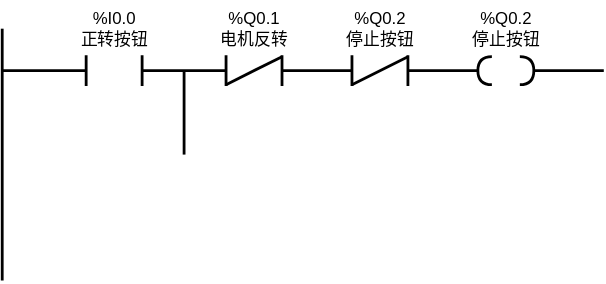
The draw.io diagram drawio/ZhengFanZhuan.svg in Stolorzs/Picgo, before a commit. Source tidied: cells renumbered, new cells last; positions are measured from the earlier drawing's top-left corner, leaving out a move shared by most shapes.
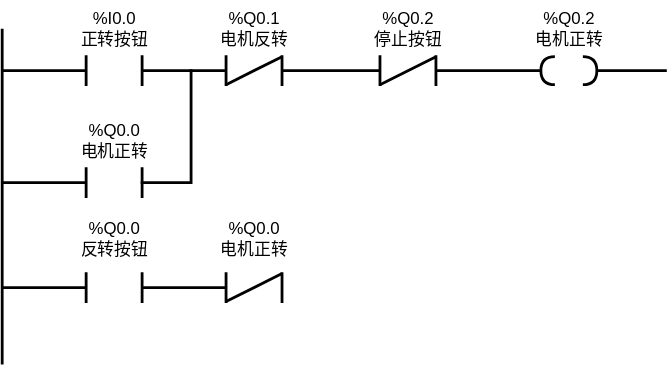
Later version of the same file.

Diff of the diagram source:
```diff
@@ -29,19 +29,16 @@
       <mxGeometry x="145" width="70" height="40" as="geometry" />
     </mxCell>
     <mxCell id="10" style="line;strokeWidth=2;html=1;" parent="1" vertex="1">
-      <mxGeometry x="200" y="45" width="50" height="10" as="geometry" />
+      <mxGeometry x="200" y="45" width="70" height="10" as="geometry" />
     </mxCell>
-    <mxCell id="11" style="line;strokeWidth=2;direction=south;html=1;" parent="1" vertex="1">
-      <mxGeometry x="125" y="50" width="10" height="60" as="geometry" />
-    </mxCell>
     <mxCell id="12" style="endArrow=none;html=1;rounded=0;strokeWidth=2;" parent="1" edge="1">
       <mxGeometry relative="1" as="geometry">
-        <mxPoint y="200" as="sourcePoint" />
+        <mxPoint y="260" as="sourcePoint" />
         <mxPoint y="20" as="targetPoint" />
       </mxGeometry>
     </mxCell>
     <mxCell id="13" style="group;" parent="1" vertex="1">
-      <mxGeometry x="250" y="40" width="40" height="20" as="geometry" />
+      <mxGeometry x="270" y="40" width="40" height="20" as="geometry" />
     </mxCell>
     <mxCell id="14" style="shape=partialRectangle;whiteSpace=wrap;html=1;bottom=0;top=0;fillColor=none;strokeWidth=2;" parent="13" vertex="1">
       <mxGeometry width="40" height="20" as="geometry" />
@@ -52,16 +49,16 @@
       </mxGeometry>
     </mxCell>
     <mxCell id="16" style="line;strokeWidth=2;html=1;" parent="1" vertex="1">
-      <mxGeometry x="290" y="45" width="50" height="10" as="geometry" />
+      <mxGeometry x="310" y="45" width="75" height="10" as="geometry" />
     </mxCell>
     <mxCell id="17" value="&lt;div&gt;%Q0.2&lt;/div&gt;停止按钮" style="text;html=1;align=center;verticalAlign=middle;strokeColor=none;fillColor=none;" parent="1" vertex="1">
-      <mxGeometry x="235" width="70" height="40" as="geometry" />
+      <mxGeometry x="255" width="70" height="40" as="geometry" />
     </mxCell>
-    <mxCell id="18" value="&lt;div&gt;%Q0.2&lt;/div&gt;停止按钮" style="text;html=1;align=center;verticalAlign=middle;strokeColor=none;fillColor=none;" parent="1" vertex="1">
-      <mxGeometry x="325" width="70" height="40" as="geometry" />
+    <mxCell id="18" value="&lt;div&gt;%Q0.2&lt;/div&gt;电机正转" style="text;html=1;align=center;verticalAlign=middle;strokeColor=none;fillColor=none;" parent="1" vertex="1">
+      <mxGeometry x="370" width="70" height="40" as="geometry" />
     </mxCell>
     <mxCell id="19" style="group;" parent="1" vertex="1">
-      <mxGeometry x="340" y="40" width="40" height="20" as="geometry" />
+      <mxGeometry x="385" y="40" width="40" height="20" as="geometry" />
     </mxCell>
     <mxCell id="20" style="shape=requiredInterface;html=1;verticalLabelPosition=bottom;sketch=0;strokeWidth=2;fillColor=none;" parent="19" vertex="1">
       <mxGeometry x="30" width="10" height="20" as="geometry" />
@@ -70,7 +67,45 @@
       <mxGeometry width="10" height="20" as="geometry" />
     </mxCell>
     <mxCell id="22" style="line;strokeWidth=2;html=1;" parent="1" vertex="1">
-      <mxGeometry x="380" y="45" width="50" height="10" as="geometry" />
+      <mxGeometry x="425" y="45" width="50" height="10" as="geometry" />
     </mxCell>
+    <mxCell id="23" style="line;strokeWidth=2;html=1;" parent="1" vertex="1">
+      <mxGeometry y="125" width="60" height="10" as="geometry" />
+    </mxCell>
+    <mxCell id="24" style="shape=partialRectangle;whiteSpace=wrap;html=1;bottom=0;top=0;fillColor=none;strokeWidth=2;" parent="1" vertex="1">
+      <mxGeometry x="60" y="120" width="40" height="20" as="geometry" />
+    </mxCell>
+    <mxCell id="25" value="&lt;div&gt;%Q0.0&lt;/div&gt;电机正转" style="text;html=1;align=center;verticalAlign=middle;strokeColor=none;fillColor=none;" parent="1" vertex="1">
+      <mxGeometry x="45" y="80" width="70" height="40" as="geometry" />
+    </mxCell>
+    <mxCell id="26" style="shape=partialRectangle;whiteSpace=wrap;html=1;top=0;left=0;fillColor=none;strokeWidth=2;" parent="1" vertex="1">
+      <mxGeometry x="100" y="50" width="35" height="80" as="geometry" />
+    </mxCell>
+    <mxCell id="27" style="shape=partialRectangle;whiteSpace=wrap;html=1;bottom=0;top=0;fillColor=none;strokeWidth=2;" parent="1" vertex="1">
+      <mxGeometry x="60" y="195" width="40" height="20" as="geometry" />
+    </mxCell>
+    <mxCell id="28" style="line;strokeWidth=2;html=1;" parent="1" vertex="1">
+      <mxGeometry y="200" width="60" height="10" as="geometry" />
+    </mxCell>
+    <mxCell id="29" value="&lt;div&gt;%Q0.0&lt;/div&gt;反转按钮" style="text;html=1;align=center;verticalAlign=middle;strokeColor=none;fillColor=none;" parent="1" vertex="1">
+      <mxGeometry x="45" y="150" width="70" height="40" as="geometry" />
+    </mxCell>
+    <mxCell id="30" style="line;strokeWidth=2;html=1;" parent="1" vertex="1">
+      <mxGeometry x="100" y="200" width="60" height="10" as="geometry" />
+    </mxCell>
+    <mxCell id="31" style="group;" parent="1" vertex="1">
+      <mxGeometry x="160" y="195" width="40" height="20" as="geometry" />
+    </mxCell>
+    <mxCell id="32" style="shape=partialRectangle;whiteSpace=wrap;html=1;bottom=0;top=0;fillColor=none;strokeWidth=2;" parent="31" vertex="1">
+      <mxGeometry width="40" height="20" as="geometry" />
+    </mxCell>
+    <mxCell id="33" style="endArrow=none;html=1;rounded=0;strokeWidth=2;entryX=1;entryY=0;entryDx=0;entryDy=0;" parent="31" edge="1" target="32">
+      <mxGeometry relative="1" as="geometry">
+        <mxPoint y="20" as="sourcePoint" />
+      </mxGeometry>
+    </mxCell>
+    <mxCell id="34" value="&lt;div&gt;%Q0.0&lt;/div&gt;电机正转" style="text;html=1;align=center;verticalAlign=middle;strokeColor=none;fillColor=none;" parent="1" vertex="1">
+      <mxGeometry x="145" y="150" width="70" height="40" as="geometry" />
+    </mxCell>
   </root>
 </mxGraphModel>
```
